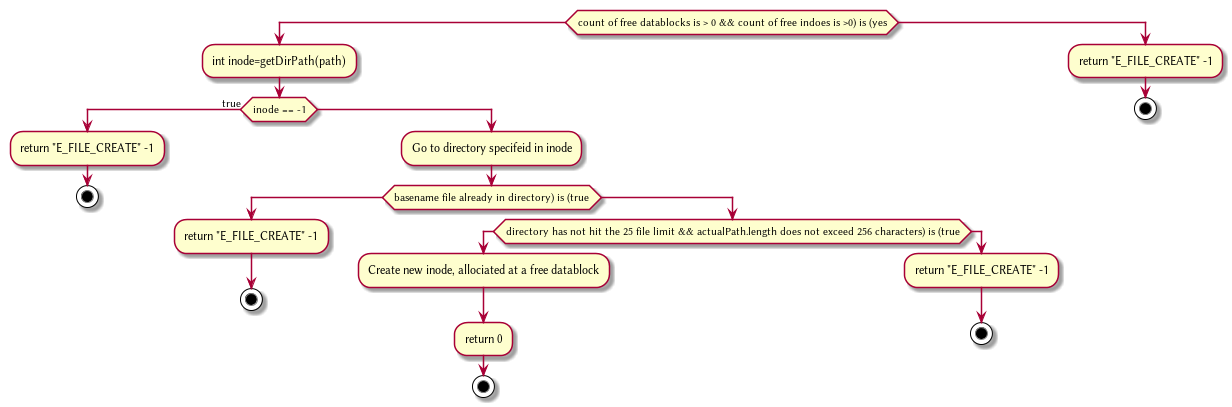
Before: Plant/FileCreate.png, a diagram exported from PlantUML (HawaiinPizza/CIS-450-final-project).
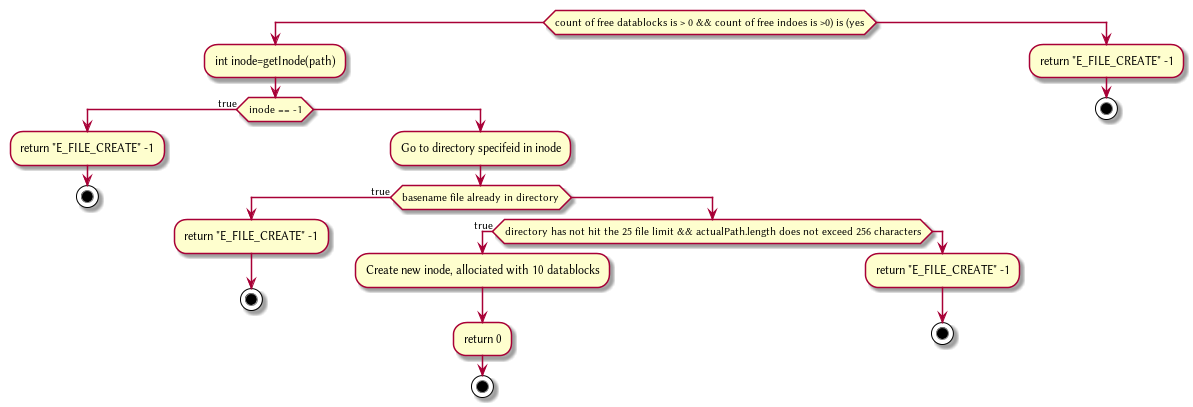
Later version of the same file.

What changed in the source:
```diff
@@ -1,17 +1,17 @@
 @startuml
 if(count of free datablocks is > 0 && count of free indoes is >0) is (yes)
-	:int inode=getDirPath(path);
+	:int inode=getInode(path);
 	if(inode == -1) then (true)
 	    :return "E_FILE_CREATE" -1;
 			    stop
 	else
 		:Go to directory specifeid in inode;
-		if(basename file already in directory) is (true)
+		if(basename file already in directory) then (true)
 		    :return "E_FILE_CREATE" -1;
 			    stop
 		else
-			if(directory has not hit the 25 file limit && actualPath.length does not exceed 256 characters) is (true)
-			    :Create new inode, allociated at a free datablock;
+			if(directory has not hit the 25 file limit && actualPath.length does not exceed 256 characters) then (true)
+			    :Create new inode, allociated with 10 datablocks;
 			    :return 0;
 			    stop
 			else
```
